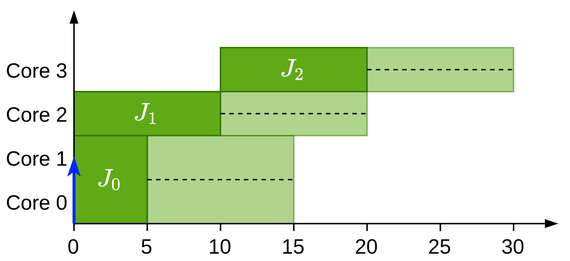
Above: Notes/TFM/images/extra_04/gang_default.png in jmigual/APATeoria (draw.io), before the change. Source tidied: cells renumbered, new cells last; positions are measured from the earlier drawing's top-left corner, leaving out a move shared by most shapes.
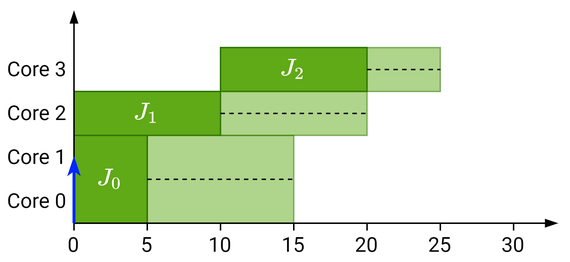
After the commit.

Diff of the diagram source:
```diff
@@ -2,117 +2,117 @@
   <root>
     <mxCell id="0" />
     <mxCell id="1" parent="0" />
-    <mxCell id="2" value="$$J_{1}$$" style="rounded=0;whiteSpace=wrap;html=1;align=center;fillColor=#60a917;strokeColor=#2D7600;fontColor=#ffffff;comic=0;fontSize=14;" parent="1" vertex="1">
+    <mxCell id="2" value="$$J_{1}$$" style="rounded=0;whiteSpace=wrap;html=1;align=center;fillColor=#60a917;strokeColor=#2D7600;fontColor=#ffffff;comic=0;fontSize=14;fontFamily=Roboto;FType=g;" parent="1" vertex="1">
       <mxGeometry x="50" y="55" width="100" height="30" as="geometry" />
     </mxCell>
-    <mxCell id="3" value="$$J_{2}$$" style="rounded=0;whiteSpace=wrap;html=1;align=center;fillColor=#60a917;strokeColor=#2D7600;fontColor=#ffffff;comic=0;fontSize=14;" parent="1" vertex="1">
+    <mxCell id="3" value="$$J_{2}$$" style="rounded=0;whiteSpace=wrap;html=1;align=center;fillColor=#60a917;strokeColor=#2D7600;fontColor=#ffffff;comic=0;fontSize=14;fontFamily=Roboto;FType=g;" parent="1" vertex="1">
       <mxGeometry x="150" y="25" width="100" height="30" as="geometry" />
     </mxCell>
-    <mxCell id="4" style="rounded=0;whiteSpace=wrap;html=1;align=center;fillColor=#60a917;strokeColor=#2D7600;fontColor=#ffffff;comic=0;fontSize=14;opacity=50;" parent="1" vertex="1">
-      <mxGeometry x="250" y="25" width="100" height="30" as="geometry" />
+    <mxCell id="4" style="rounded=0;whiteSpace=wrap;html=1;align=center;fillColor=#60a917;strokeColor=#2D7600;fontColor=#ffffff;comic=0;fontSize=14;opacity=50;fontFamily=Roboto;FType=g;" parent="1" vertex="1">
+      <mxGeometry x="250" y="25" width="50" height="30" as="geometry" />
     </mxCell>
-    <mxCell id="5" style="rounded=0;whiteSpace=wrap;html=1;align=center;fillColor=#60a917;strokeColor=#2D7600;fontColor=#ffffff;comic=0;fontSize=14;gradientColor=none;gradientDirection=east;opacity=50;" parent="1" vertex="1">
+    <mxCell id="5" style="rounded=0;whiteSpace=wrap;html=1;align=center;fillColor=#60a917;strokeColor=#2D7600;fontColor=#ffffff;comic=0;fontSize=14;gradientColor=none;gradientDirection=east;opacity=50;fontFamily=Roboto;FType=g;" parent="1" vertex="1">
       <mxGeometry x="90" y="85" width="110" height="60" as="geometry" />
     </mxCell>
-    <mxCell id="6" value="$$J_{0}$$" style="rounded=0;whiteSpace=wrap;html=1;align=center;fillColor=#60a917;strokeColor=#2D7600;fontColor=#ffffff;comic=0;fontSize=14;" parent="1" vertex="1">
+    <mxCell id="6" value="$$J_{0}$$" style="rounded=0;whiteSpace=wrap;html=1;align=center;fillColor=#60a917;strokeColor=#2D7600;fontColor=#ffffff;comic=0;fontSize=14;fontFamily=Roboto;FType=g;" parent="1" vertex="1">
       <mxGeometry x="50" y="85" width="50" height="60" as="geometry" />
     </mxCell>
-    <mxCell id="7" style="endArrow=blockThin;html=1;strokeColor=#000000;endFill=1;exitX=0.5;exitY=0;exitDx=0;exitDy=0;" parent="1" edge="1">
+    <mxCell id="7" style="endArrow=blockThin;html=1;strokeColor=#000000;endFill=1;exitX=0.5;exitY=0;exitDx=0;exitDy=0;fontFamily=Roboto;FType=g;" parent="1" edge="1">
       <mxGeometry relative="1" as="geometry">
         <mxPoint x="50" y="150" as="sourcePoint" />
         <mxPoint x="50" as="targetPoint" />
       </mxGeometry>
     </mxCell>
-    <mxCell id="8" value="&lt;div style=&quot;font-size: 14px;&quot;&gt;0&lt;/div&gt;" style="text;html=1;strokeColor=none;fillColor=none;align=center;verticalAlign=middle;whiteSpace=wrap;rounded=0;fontSize=14;" parent="1" vertex="1">
+    <mxCell id="8" value="&lt;div style=&quot;font-size: 14px;&quot;&gt;0&lt;/div&gt;" style="text;html=1;strokeColor=none;fillColor=none;align=center;verticalAlign=middle;whiteSpace=wrap;rounded=0;fontSize=14;fontFamily=Roboto;FType=g;" parent="1" vertex="1">
       <mxGeometry x="40" y="150" width="20" height="20" as="geometry" />
     </mxCell>
-    <mxCell id="9" value="5" style="text;html=1;strokeColor=none;fillColor=none;align=center;verticalAlign=middle;whiteSpace=wrap;rounded=0;fontSize=14;" parent="1" vertex="1">
+    <mxCell id="9" value="5" style="text;html=1;strokeColor=none;fillColor=none;align=center;verticalAlign=middle;whiteSpace=wrap;rounded=0;fontSize=14;fontFamily=Roboto;FType=g;" parent="1" vertex="1">
       <mxGeometry x="90" y="150" width="20" height="20" as="geometry" />
     </mxCell>
-    <mxCell id="10" value="10" style="text;html=1;strokeColor=none;fillColor=none;align=center;verticalAlign=middle;whiteSpace=wrap;rounded=0;fontSize=14;" parent="1" vertex="1">
+    <mxCell id="10" value="10" style="text;html=1;strokeColor=none;fillColor=none;align=center;verticalAlign=middle;whiteSpace=wrap;rounded=0;fontSize=14;fontFamily=Roboto;FType=g;" parent="1" vertex="1">
       <mxGeometry x="140" y="150" width="20" height="20" as="geometry" />
     </mxCell>
-    <mxCell id="11" value="15" style="text;html=1;strokeColor=none;fillColor=none;align=center;verticalAlign=middle;whiteSpace=wrap;rounded=0;fontSize=14;" parent="1" vertex="1">
+    <mxCell id="11" value="15" style="text;html=1;strokeColor=none;fillColor=none;align=center;verticalAlign=middle;whiteSpace=wrap;rounded=0;fontSize=14;fontFamily=Roboto;FType=g;" parent="1" vertex="1">
       <mxGeometry x="190" y="150" width="20" height="20" as="geometry" />
     </mxCell>
-    <mxCell id="12" value="20" style="text;html=1;strokeColor=none;fillColor=none;align=center;verticalAlign=middle;whiteSpace=wrap;rounded=0;fontSize=14;" parent="1" vertex="1">
+    <mxCell id="12" value="20" style="text;html=1;strokeColor=none;fillColor=none;align=center;verticalAlign=middle;whiteSpace=wrap;rounded=0;fontSize=14;fontFamily=Roboto;FType=g;" parent="1" vertex="1">
       <mxGeometry x="240" y="150" width="20" height="20" as="geometry" />
     </mxCell>
-    <mxCell id="13" value="Core 0" style="text;html=1;strokeColor=none;fillColor=none;align=center;verticalAlign=middle;whiteSpace=wrap;rounded=0;fontSize=14;fontColor=#000000;" parent="1" vertex="1">
+    <mxCell id="13" value="Core 0" style="text;html=1;strokeColor=none;fillColor=none;align=center;verticalAlign=middle;whiteSpace=wrap;rounded=0;fontSize=14;fontColor=#000000;fontFamily=Roboto;FType=g;" parent="1" vertex="1">
       <mxGeometry y="120" width="50" height="20" as="geometry" />
     </mxCell>
-    <mxCell id="14" value="Core 1" style="text;html=1;strokeColor=none;fillColor=none;align=center;verticalAlign=middle;whiteSpace=wrap;rounded=0;fontSize=14;fontColor=#000000;" parent="1" vertex="1">
+    <mxCell id="14" value="Core 1" style="text;html=1;strokeColor=none;fillColor=none;align=center;verticalAlign=middle;whiteSpace=wrap;rounded=0;fontSize=14;fontColor=#000000;fontFamily=Roboto;FType=g;" parent="1" vertex="1">
       <mxGeometry y="90" width="50" height="20" as="geometry" />
     </mxCell>
-    <mxCell id="15" style="endArrow=none;html=1;" parent="1" edge="1" source="16">
+    <mxCell id="15" style="endArrow=none;html=1;fontFamily=Roboto;FType=g;" parent="1" edge="1" source="16">
       <mxGeometry relative="1" as="geometry">
         <mxPoint x="300" y="145" as="targetPoint" />
       </mxGeometry>
     </mxCell>
-    <mxCell id="16" value="25" style="text;html=1;strokeColor=none;fillColor=none;align=center;verticalAlign=middle;whiteSpace=wrap;rounded=0;fontSize=14;" parent="1" vertex="1">
+    <mxCell id="16" value="25" style="text;html=1;strokeColor=none;fillColor=none;align=center;verticalAlign=middle;whiteSpace=wrap;rounded=0;fontSize=14;fontFamily=Roboto;FType=g;" parent="1" vertex="1">
       <mxGeometry x="290" y="150" width="20" height="20" as="geometry" />
     </mxCell>
-    <mxCell id="17" style="endArrow=none;html=1;exitX=0.5;exitY=0;exitDx=0;exitDy=0;" parent="1" edge="1" source="16">
+    <mxCell id="17" style="endArrow=none;html=1;exitX=0.5;exitY=0;exitDx=0;exitDy=0;fontFamily=Roboto;FType=g;" parent="1" edge="1" source="16">
       <mxGeometry relative="1" as="geometry">
         <mxPoint x="300" y="145" as="targetPoint" />
       </mxGeometry>
     </mxCell>
-    <mxCell id="18" style="endArrow=none;html=1;exitX=0.5;exitY=0;exitDx=0;exitDy=0;" parent="1" edge="1" source="12">
+    <mxCell id="18" style="endArrow=none;html=1;exitX=0.5;exitY=0;exitDx=0;exitDy=0;fontFamily=Roboto;FType=g;" parent="1" edge="1" source="12">
       <mxGeometry relative="1" as="geometry">
         <mxPoint x="250" y="145" as="targetPoint" />
       </mxGeometry>
     </mxCell>
-    <mxCell id="19" style="endArrow=none;html=1;exitX=0.5;exitY=0;exitDx=0;exitDy=0;" parent="1" edge="1" source="11">
+    <mxCell id="19" style="endArrow=none;html=1;exitX=0.5;exitY=0;exitDx=0;exitDy=0;fontFamily=Roboto;FType=g;" parent="1" edge="1" source="11">
       <mxGeometry relative="1" as="geometry">
         <mxPoint x="200" y="145" as="targetPoint" />
       </mxGeometry>
     </mxCell>
-    <mxCell id="20" style="endArrow=none;html=1;exitX=0.5;exitY=0;exitDx=0;exitDy=0;" parent="1" edge="1" source="10">
+    <mxCell id="20" style="endArrow=none;html=1;exitX=0.5;exitY=0;exitDx=0;exitDy=0;fontFamily=Roboto;FType=g;" parent="1" edge="1" source="10">
       <mxGeometry relative="1" as="geometry">
         <mxPoint x="150" y="145" as="targetPoint" />
       </mxGeometry>
     </mxCell>
-    <mxCell id="21" style="endArrow=none;html=1;exitX=0.5;exitY=0;exitDx=0;exitDy=0;" parent="1" edge="1" source="9">
+    <mxCell id="21" style="endArrow=none;html=1;exitX=0.5;exitY=0;exitDx=0;exitDy=0;fontFamily=Roboto;FType=g;" parent="1" edge="1" source="9">
       <mxGeometry relative="1" as="geometry">
         <mxPoint x="100" y="145" as="targetPoint" />
       </mxGeometry>
     </mxCell>
-    <mxCell id="22" style="endArrow=none;html=1;" parent="1" edge="1" source="23">
+    <mxCell id="22" style="endArrow=none;html=1;fontFamily=Roboto;FType=g;" parent="1" edge="1" source="23">
       <mxGeometry relative="1" as="geometry">
         <mxPoint x="350" y="145" as="targetPoint" />
       </mxGeometry>
     </mxCell>
-    <mxCell id="23" value="30" style="text;html=1;strokeColor=none;fillColor=none;align=center;verticalAlign=middle;whiteSpace=wrap;rounded=0;fontSize=14;" parent="1" vertex="1">
+    <mxCell id="23" value="30" style="text;html=1;strokeColor=none;fillColor=none;align=center;verticalAlign=middle;whiteSpace=wrap;rounded=0;fontSize=14;fontFamily=Roboto;FType=g;" parent="1" vertex="1">
       <mxGeometry x="340" y="150" width="20" height="20" as="geometry" />
     </mxCell>
-    <mxCell id="24" value="Core 2" style="text;html=1;strokeColor=none;fillColor=none;align=center;verticalAlign=middle;whiteSpace=wrap;rounded=0;fontSize=14;fontColor=#000000;" parent="1" vertex="1">
+    <mxCell id="24" value="Core 2" style="text;html=1;strokeColor=none;fillColor=none;align=center;verticalAlign=middle;whiteSpace=wrap;rounded=0;fontSize=14;fontColor=#000000;fontFamily=Roboto;FType=g;" parent="1" vertex="1">
       <mxGeometry y="60" width="50" height="20" as="geometry" />
     </mxCell>
-    <mxCell id="25" style="endArrow=blockThin;html=1;endFill=1;" parent="1" edge="1">
+    <mxCell id="25" style="endArrow=blockThin;html=1;endFill=1;fontFamily=Roboto;FType=g;" parent="1" edge="1">
       <mxGeometry relative="1" as="geometry">
         <mxPoint x="50" y="145" as="sourcePoint" />
         <mxPoint x="380" y="145" as="targetPoint" />
       </mxGeometry>
     </mxCell>
-    <mxCell id="26" style="endArrow=classicThin;html=1;strokeColor=#0027FF;fillColor=#0050ef;endFill=1;strokeWidth=2;" parent="1" edge="1">
+    <mxCell id="26" style="endArrow=classicThin;html=1;strokeColor=#0027FF;fillColor=#0050ef;endFill=1;strokeWidth=2;fontFamily=Roboto;FType=g;" parent="1" edge="1">
       <mxGeometry relative="1" as="geometry">
         <mxPoint x="50" y="145" as="sourcePoint" />
         <mxPoint x="50" y="100" as="targetPoint" />
       </mxGeometry>
     </mxCell>
-    <mxCell id="27" value="Core 3" style="text;html=1;strokeColor=none;fillColor=none;align=center;verticalAlign=middle;whiteSpace=wrap;rounded=0;fontSize=14;fontColor=#000000;" parent="1" vertex="1">
+    <mxCell id="27" value="Core 3" style="text;html=1;strokeColor=none;fillColor=none;align=center;verticalAlign=middle;whiteSpace=wrap;rounded=0;fontSize=14;fontColor=#000000;fontFamily=Roboto;FType=g;" parent="1" vertex="1">
       <mxGeometry y="30" width="50" height="20" as="geometry" />
     </mxCell>
-    <mxCell id="28" style="endArrow=none;dashed=1;html=1;exitX=1;exitY=0.5;exitDx=0;exitDy=0;entryX=1;entryY=0.5;entryDx=0;entryDy=0;" parent="1" edge="1" source="6" target="5">
+    <mxCell id="28" style="endArrow=none;dashed=1;html=1;exitX=1;exitY=0.5;exitDx=0;exitDy=0;entryX=1;entryY=0.5;entryDx=0;entryDy=0;fontFamily=Roboto;FType=g;" parent="1" edge="1" source="6" target="5">
       <mxGeometry relative="1" as="geometry" />
     </mxCell>
-    <mxCell id="29" style="endArrow=none;dashed=1;html=1;exitX=1;exitY=0.5;exitDx=0;exitDy=0;entryX=1;entryY=0.5;entryDx=0;entryDy=0;" parent="1" edge="1" source="3" target="4">
+    <mxCell id="29" style="endArrow=none;dashed=1;html=1;exitX=1;exitY=0.5;exitDx=0;exitDy=0;entryX=1;entryY=0.5;entryDx=0;entryDy=0;fontFamily=Roboto;FType=g;" parent="1" edge="1" source="3" target="4">
       <mxGeometry relative="1" as="geometry" />
     </mxCell>
-    <mxCell id="30" style="rounded=0;whiteSpace=wrap;html=1;align=center;fillColor=#60a917;strokeColor=#2D7600;fontColor=#ffffff;comic=0;fontSize=14;opacity=50;" parent="1" vertex="1">
+    <mxCell id="30" style="rounded=0;whiteSpace=wrap;html=1;align=center;fillColor=#60a917;strokeColor=#2D7600;fontColor=#ffffff;comic=0;fontSize=14;opacity=50;fontFamily=Roboto;FType=g;" parent="1" vertex="1">
       <mxGeometry x="150" y="55" width="100" height="30" as="geometry" />
     </mxCell>
-    <mxCell id="31" style="endArrow=none;dashed=1;html=1;exitX=1;exitY=0.5;exitDx=0;exitDy=0;entryX=1;entryY=0.5;entryDx=0;entryDy=0;" parent="1" edge="1" target="30">
+    <mxCell id="31" style="endArrow=none;dashed=1;html=1;exitX=1;exitY=0.5;exitDx=0;exitDy=0;entryX=1;entryY=0.5;entryDx=0;entryDy=0;fontFamily=Roboto;FType=g;" parent="1" edge="1" target="30">
       <mxGeometry relative="1" as="geometry">
         <mxPoint x="150" y="70" as="sourcePoint" />
       </mxGeometry>
```
